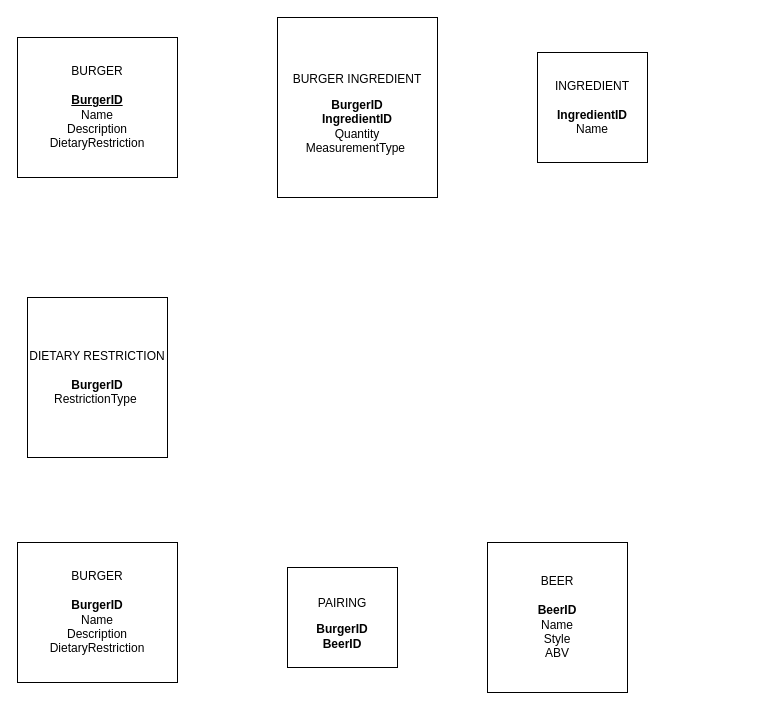
jessapoy/jessapoy keeps this draw.io diagram as page "Page-1" (1 of 3) of Untitled Diagram.drawio. Above is the earlier version. Source tidied: cells renumbered, new cells numbered last; positions are measured from the earlier drawing's top-left corner, leaving out a move shared by most shapes. Both pictures are drawn from the tidied source at 100%, with x=0, y=0 at pixel (17, 17).
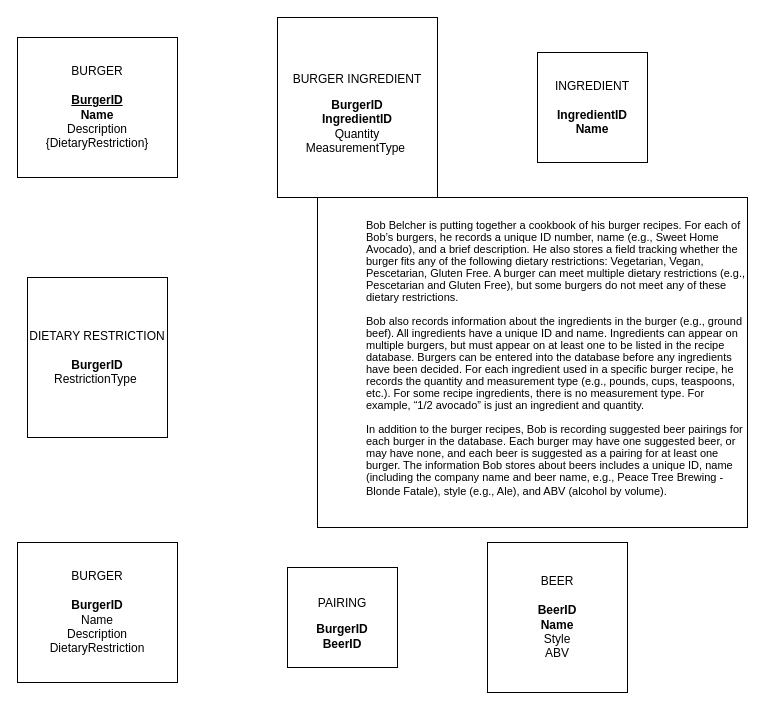
The same page after the edit.

What changed in the source:
```diff
@@
 <mxGraphModel>
   <root>
     <mxCell id="0" />
     <mxCell id="1" parent="0" />
-    <mxCell id="2" value="&lt;div&gt;&lt;span style=&quot;background-color: initial;&quot;&gt;BURGER&lt;/span&gt;&lt;/div&gt;&lt;span style=&quot;background-color: initial;&quot;&gt;&lt;div&gt;&lt;span style=&quot;background-color: initial;&quot;&gt;&lt;br&gt;&lt;/span&gt;&lt;/div&gt;&lt;b&gt;&lt;u&gt;BurgerID&lt;/u&gt;&lt;/b&gt;&lt;/span&gt;&lt;br&gt;&lt;span style=&quot;background-color: initial;&quot;&gt;Name&lt;/span&gt;&lt;br&gt;&lt;span style=&quot;background-color: initial;&quot;&gt;Description&lt;/span&gt;&lt;br&gt;&lt;span style=&quot;background-color: initial;&quot;&gt;DietaryRestriction&lt;/span&gt;" style="whiteSpace=wrap;html=1;align=center;" parent="1" vertex="1">
+    <mxCell id="2" value="&lt;div&gt;&lt;span style=&quot;background-color: initial;&quot;&gt;BURGER&lt;/span&gt;&lt;/div&gt;&lt;span style=&quot;background-color: initial;&quot;&gt;&lt;div&gt;&lt;span style=&quot;background-color: initial;&quot;&gt;&lt;br&gt;&lt;/span&gt;&lt;/div&gt;&lt;b&gt;&lt;u&gt;BurgerID&lt;/u&gt;&lt;/b&gt;&lt;/span&gt;&lt;br&gt;&lt;span style=&quot;background-color: initial;&quot;&gt;&lt;b&gt;Name&lt;/b&gt;&lt;/span&gt;&lt;br&gt;&lt;span style=&quot;background-color: initial;&quot;&gt;Description&lt;/span&gt;&lt;br&gt;&lt;span style=&quot;background-color: initial;&quot;&gt;{DietaryRestriction}&lt;/span&gt;" style="whiteSpace=wrap;html=1;align=center;" parent="1" vertex="1">
       <mxGeometry y="20" width="160" height="140" as="geometry" />
     </mxCell>
-    <mxCell id="3" value="&lt;div&gt;INGREDIENT&lt;/div&gt;&lt;div&gt;&lt;br&gt;&lt;/div&gt;&lt;b&gt;IngredientID&lt;/b&gt;&lt;div&gt;Name&lt;/div&gt;" style="whiteSpace=wrap;html=1;align=center;" parent="1" vertex="1">
+    <mxCell id="3" value="&lt;div&gt;INGREDIENT&lt;/div&gt;&lt;div&gt;&lt;br&gt;&lt;/div&gt;&lt;b&gt;IngredientID&lt;/b&gt;&lt;div&gt;&lt;b&gt;Name&lt;/b&gt;&lt;/div&gt;" style="whiteSpace=wrap;html=1;align=center;" parent="1" vertex="1">
       <mxGeometry x="520" y="35" width="110" height="110" as="geometry" />
     </mxCell>
-    <mxCell id="4" value="BEER&lt;div&gt;&lt;br&gt;&lt;/div&gt;&lt;div&gt;&lt;span style=&quot;background-color: initial;&quot;&gt;&lt;b&gt;BeerID&lt;/b&gt;&lt;/span&gt;&lt;br&gt;&lt;span style=&quot;background-color: initial;&quot;&gt;Name&lt;/span&gt;&lt;br&gt;&lt;span style=&quot;background-color: initial;&quot;&gt;Style&lt;/span&gt;&lt;br&gt;&lt;span style=&quot;background-color: initial;&quot;&gt;ABV&lt;/span&gt;&lt;br&gt;&lt;/div&gt;" style="whiteSpace=wrap;html=1;align=center;" parent="1" vertex="1">
+    <mxCell id="4" value="BEER&lt;div&gt;&lt;br&gt;&lt;/div&gt;&lt;div&gt;&lt;span style=&quot;background-color: initial;&quot;&gt;&lt;b&gt;BeerID&lt;/b&gt;&lt;/span&gt;&lt;br&gt;&lt;span style=&quot;background-color: initial;&quot;&gt;&lt;b&gt;Name&lt;/b&gt;&lt;/span&gt;&lt;br&gt;&lt;span style=&quot;background-color: initial;&quot;&gt;Style&lt;/span&gt;&lt;br&gt;&lt;span style=&quot;background-color: initial;&quot;&gt;ABV&lt;/span&gt;&lt;br&gt;&lt;/div&gt;" style="whiteSpace=wrap;html=1;align=center;" parent="1" vertex="1">
       <mxGeometry x="470" y="525" width="140" height="150" as="geometry" />
     </mxCell>
     <mxCell id="5" value="DIETARY RESTRICTION&lt;div&gt;&lt;br&gt;&lt;/div&gt;&lt;div&gt;&lt;span style=&quot;background-color: initial;&quot;&gt;&lt;b&gt;BurgerID&lt;/b&gt;&lt;/span&gt;&lt;br&gt;&lt;span style=&quot;background-color: initial;&quot;&gt;RestrictionType&amp;nbsp;&lt;/span&gt;&lt;br&gt;&lt;/div&gt;" style="whiteSpace=wrap;html=1;align=center;" parent="1" vertex="1">
-      <mxGeometry x="10" y="280" width="140" height="160" as="geometry" />
+      <mxGeometry x="10" y="260" width="140" height="160" as="geometry" />
     </mxCell>
     <mxCell id="6" value="&lt;p&gt;PAIRING&lt;/p&gt;&lt;b&gt;&lt;span style=&quot;background-color: initial;&quot;&gt;BurgerID&lt;/span&gt;&lt;br&gt;&lt;span style=&quot;background-color: initial;&quot;&gt;BeerID&lt;/span&gt;&lt;/b&gt;" style="whiteSpace=wrap;html=1;align=center;" parent="1" vertex="1">
       <mxGeometry x="270" y="550" width="110" height="100" as="geometry" />
     </mxCell>
     <mxCell id="7" value="&lt;p&gt;BURGER INGREDIENT&lt;/p&gt;&lt;b&gt;&lt;span style=&quot;background-color: initial;&quot;&gt;BurgerID&lt;/span&gt;&lt;br&gt;&lt;span style=&quot;background-color: initial;&quot;&gt;IngredientID&lt;/span&gt;&lt;/b&gt;&lt;br&gt;&lt;span style=&quot;background-color: initial;&quot;&gt;Quantity&lt;/span&gt;&lt;br&gt;&lt;span style=&quot;background-color: initial;&quot;&gt;MeasurementType&amp;nbsp;&lt;/span&gt;" style="whiteSpace=wrap;html=1;align=center;" parent="1" vertex="1">
       <mxGeometry x="260" width="160" height="180" as="geometry" />
     </mxCell>
     <mxCell id="8" value="&lt;div&gt;&lt;span style=&quot;background-color: initial;&quot;&gt;BURGER&lt;/span&gt;&lt;/div&gt;&lt;span style=&quot;background-color: initial;&quot;&gt;&lt;div&gt;&lt;span style=&quot;background-color: initial;&quot;&gt;&lt;br&gt;&lt;/span&gt;&lt;/div&gt;&lt;b&gt;BurgerID&lt;/b&gt;&lt;/span&gt;&lt;br&gt;&lt;span style=&quot;background-color: initial;&quot;&gt;Name&lt;/span&gt;&lt;br&gt;&lt;span style=&quot;background-color: initial;&quot;&gt;Description&lt;/span&gt;&lt;br&gt;&lt;span style=&quot;background-color: initial;&quot;&gt;DietaryRestriction&lt;/span&gt;" style="whiteSpace=wrap;html=1;align=center;" parent="1" vertex="1">
       <mxGeometry y="525" width="160" height="140" as="geometry" />
     </mxCell>
+    <mxCell id="9" value="&lt;p style=&quot;text-align: left; margin: 0in 0in 0in 0.5in; line-height: normal; font-family: &amp;quot;Franklin Gothic Book&amp;quot;, sans-serif; font-size: 11px;&quot; class=&quot;MsoListParagraph&quot;&gt;&lt;font style=&quot;font-size: 11px;&quot;&gt;Bob Belcher is putting together a cookbook of his burger recipes. For each of Bob’s burgers, he records a unique ID number, name (e.g., Sweet Home Avocado), and a brief description. He also stores a field tracking whether the burger fits any of the following dietary restrictions: Vegetarian, Vegan, Pescetarian, Gluten Free. A burger can meet multiple dietary restrictions (e.g., Pescetarian and Gluten Free), but some burgers do not meet any of these dietary restrictions.&lt;/font&gt;&lt;/p&gt;&lt;p style=&quot;text-align: left; margin: 0in 0in 0in 0.5in; line-height: normal; font-family: &amp;quot;Franklin Gothic Book&amp;quot;, sans-serif; font-size: 11px;&quot; class=&quot;MsoListParagraph&quot;&gt;&lt;font style=&quot;font-size: 11px;&quot;&gt;&amp;nbsp;&lt;/font&gt;&lt;/p&gt;&lt;p style=&quot;text-align: left; margin: 0in 0in 0in 0.5in; line-height: normal; font-family: &amp;quot;Franklin Gothic Book&amp;quot;, sans-serif; font-size: 11px;&quot; class=&quot;MsoListParagraph&quot;&gt;&lt;font style=&quot;font-size: 11px;&quot;&gt;Bob also records information about the ingredients in the burger (e.g., ground beef). All ingredients have a unique ID and name. Ingredients can appear on multiple burgers, but must appear on at least one to be listed in the recipe database. Burgers can be entered into the database before any ingredients have been decided. For each ingredient used in a specific burger recipe, he records the quantity and measurement type (e.g., pounds, cups, teaspoons, etc.). For some recipe ingredients, there is no measurement type. For example, “1/2 avocado” is just an ingredient and quantity.&lt;/font&gt;&lt;/p&gt;&lt;p style=&quot;text-align: left; margin: 0in 0in 0in 0.5in; line-height: normal; font-family: &amp;quot;Franklin Gothic Book&amp;quot;, sans-serif; font-size: 11px;&quot; class=&quot;MsoListParagraph&quot;&gt;&lt;font style=&quot;font-size: 11px;&quot;&gt;&amp;nbsp;&lt;/font&gt;&lt;/p&gt;&lt;p style=&quot;text-align: left; margin: 0in 0in 6pt 0.5in; line-height: normal; font-family: &amp;quot;Franklin Gothic Book&amp;quot;, sans-serif; font-size: 11px;&quot; class=&quot;MsoListParagraph&quot;&gt;&lt;font style=&quot;font-size: 11px;&quot;&gt;In addition to the burger recipes, Bob is recording suggested beer pairings for each burger in the database. Each burger may have one suggested beer, or may have none, and each beer is suggested as a pairing for at least one burger. The information Bob stores about beers includes a unique ID, name (including the company name and beer name, e.g., Peace Tree Brewing - Blonde Fatale), style (e.g., Ale), and ABV (alcohol by volume).&lt;/font&gt;&lt;span style=&quot;font-size: 10pt; font-size: 10pt;&quot;&gt;&lt;/span&gt;&lt;/p&gt;" style="whiteSpace=wrap;html=1;strokeColor=default;align=center;" parent="1" vertex="1">
+      <mxGeometry x="300" y="180" width="430" height="330" as="geometry" />
+    </mxCell>
   </root>
 </mxGraphModel>
```
